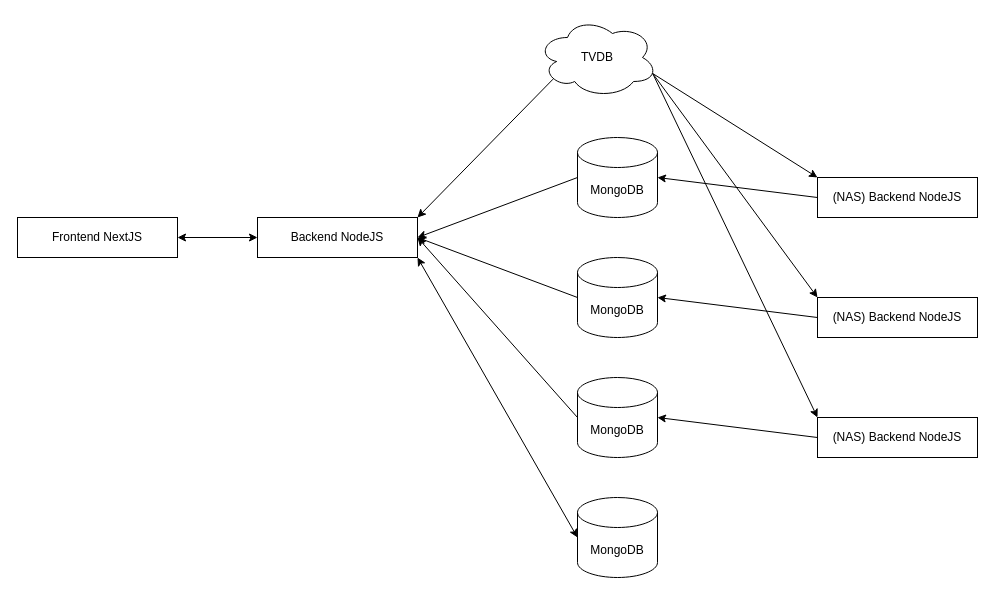
Before: server-architecture.drawio in FelixRizzolli/plex-party-charts, a draw.io diagram. Source tidied: cells renumbered, new cells numbered last; positions are measured from the earlier drawing's top-left corner, leaving out a move shared by most shapes. Both pictures are drawn from the tidied source at 100%, with x=0, y=0 at pixel (17, 17).
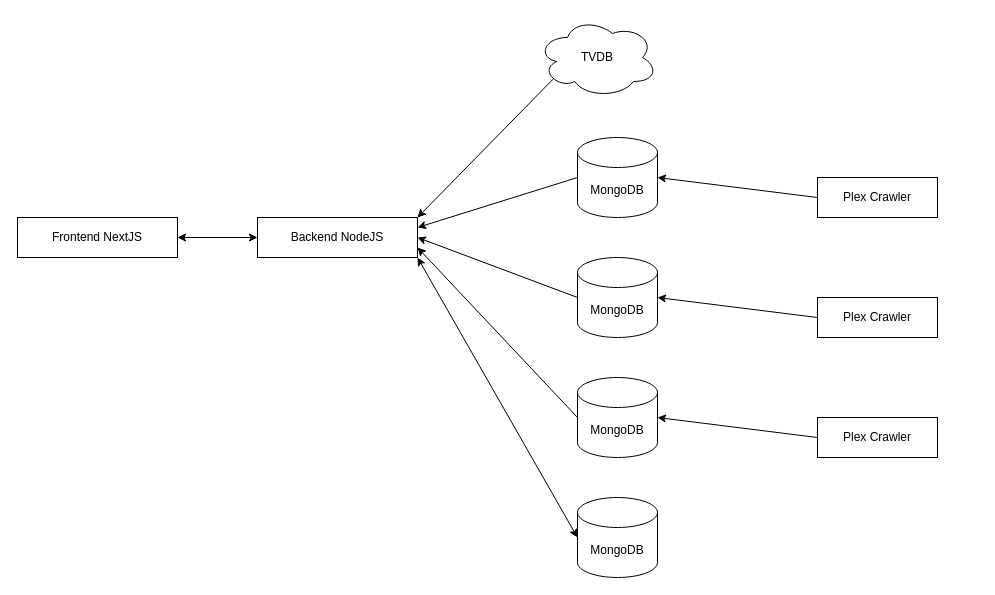
The same page after the edit.

The change refers to these unchanged cells:
```xml
<mxCell id="2" value="Frontend NextJS" style="rounded=0;whiteSpace=wrap;html=1;" parent="1" vertex="1">
  <mxGeometry y="200" width="160" height="40" as="geometry" />
</mxCell>
<mxCell id="3" value="Backend NodeJS" style="rounded=0;whiteSpace=wrap;html=1;" parent="1" vertex="1">
  <mxGeometry x="240" y="200" width="160" height="40" as="geometry" />
</mxCell>
<mxCell id="4" value="TVDB" style="ellipse;shape=cloud;whiteSpace=wrap;html=1;" parent="1" vertex="1">
  <mxGeometry x="520" width="120" height="80" as="geometry" />
</mxCell>
<mxCell id="6" value="MongoDB" style="shape=cylinder3;whiteSpace=wrap;html=1;boundedLbl=1;backgroundOutline=1;size=15;" parent="1" vertex="1">
  <mxGeometry x="560" y="120" width="80" height="80" as="geometry" />
</mxCell>
<mxCell id="8" value="MongoDB" style="shape=cylinder3;whiteSpace=wrap;html=1;boundedLbl=1;backgroundOutline=1;size=15;" parent="1" vertex="1">
  <mxGeometry x="560" y="240" width="80" height="80" as="geometry" />
</mxCell>
<mxCell id="10" value="MongoDB" style="shape=cylinder3;whiteSpace=wrap;html=1;boundedLbl=1;backgroundOutline=1;size=15;" parent="1" vertex="1">
  <mxGeometry x="560" y="360" width="80" height="80" as="geometry" />
</mxCell>
```

Change to the diagram source:
```diff
@@
-    <mxCell id="7" value="(NAS) Backend NodeJS" style="rounded=0;whiteSpace=wrap;html=1;" parent="1" vertex="1">
-      <mxGeometry x="800" y="160" width="160" height="40" as="geometry" />
+    <mxCell id="7" value="Plex Crawler" style="rounded=0;whiteSpace=wrap;html=1;" parent="1" vertex="1">
+      <mxGeometry x="800" y="160" width="120" height="40" as="geometry" />
     </mxCell>
@@
-    <mxCell id="9" value="(NAS) Backend NodeJS" style="rounded=0;whiteSpace=wrap;html=1;" parent="1" vertex="1">
-      <mxGeometry x="800" y="280" width="160" height="40" as="geometry" />
+    <mxCell id="9" value="Plex Crawler" style="rounded=0;whiteSpace=wrap;html=1;" parent="1" vertex="1">
+      <mxGeometry x="800" y="280" width="120" height="40" as="geometry" />
     </mxCell>
@@
-    <mxCell id="11" value="(NAS) Backend NodeJS" style="rounded=0;whiteSpace=wrap;html=1;" parent="1" vertex="1">
-      <mxGeometry x="800" y="400" width="160" height="40" as="geometry" />
+    <mxCell id="11" value="Plex Crawler" style="rounded=0;whiteSpace=wrap;html=1;" parent="1" vertex="1">
+      <mxGeometry x="800" y="400" width="120" height="40" as="geometry" />
     </mxCell>
@@
+    <mxCell id="20" style="endArrow=classic;startArrow=classic;html=1;rounded=0;exitX=1;exitY=0.5;exitDx=0;exitDy=0;entryX=0;entryY=0.5;entryDx=0;entryDy=0;" parent="1" edge="1" source="2" target="3">
+      <mxGeometry relative="1" as="geometry" />
+    </mxCell>
+    <mxCell id="19" style="endArrow=classic;html=1;rounded=0;exitX=0;exitY=0.5;exitDx=0;exitDy=0;exitPerimeter=0;entryX=1;entryY=0.25;entryDx=0;entryDy=0;" parent="1" edge="1" source="6" target="3">
+      <mxGeometry relative="1" as="geometry" />
+    </mxCell>
+    <mxCell id="18" style="endArrow=classic;html=1;rounded=0;entryX=1;entryY=0.5;entryDx=0;entryDy=0;exitX=0;exitY=0.5;exitDx=0;exitDy=0;exitPerimeter=0;" parent="1" edge="1" source="8" target="3">
+      <mxGeometry relative="1" as="geometry" />
+    </mxCell>
-    <mxCell id="17" style="endArrow=classic;html=1;rounded=0;exitX=0;exitY=0.5;exitDx=0;exitDy=0;exitPerimeter=0;entryX=1;entryY=0.5;entryDx=0;entryDy=0;" parent="1" edge="1" source="10" target="3">
+    <mxCell id="17" style="endArrow=classic;html=1;rounded=0;entryX=1;entryY=0.75;entryDx=0;entryDy=0;exitX=0;exitY=0.5;exitDx=0;exitDy=0;exitPerimeter=0;" parent="1" edge="1" source="10" target="3">
       <mxGeometry relative="1" as="geometry" />
     </mxCell>
-    <mxCell id="18" style="endArrow=classic;html=1;rounded=0;exitX=0;exitY=0.5;exitDx=0;exitDy=0;exitPerimeter=0;entryX=1;entryY=0.5;entryDx=0;entryDy=0;" parent="1" edge="1" source="8" target="3">
-      <mxGeometry relative="1" as="geometry" />
-    </mxCell>
-    <mxCell id="19" style="endArrow=classic;html=1;rounded=0;exitX=0;exitY=0.5;exitDx=0;exitDy=0;exitPerimeter=0;entryX=1;entryY=0.5;entryDx=0;entryDy=0;" parent="1" edge="1" source="6" target="3">
-      <mxGeometry relative="1" as="geometry" />
-    </mxCell>
-    <mxCell id="20" style="endArrow=classic;startArrow=classic;html=1;rounded=0;exitX=1;exitY=0.5;exitDx=0;exitDy=0;entryX=0;entryY=0.5;entryDx=0;entryDy=0;" parent="1" edge="1" source="2" target="3">
-      <mxGeometry relative="1" as="geometry" />
-    </mxCell>
-    <mxCell id="21" style="endArrow=classic;html=1;rounded=0;exitX=0.96;exitY=0.7;exitDx=0;exitDy=0;exitPerimeter=0;entryX=0;entryY=0;entryDx=0;entryDy=0;" parent="1" edge="1" source="4" target="11">
-      <mxGeometry relative="1" as="geometry" />
-    </mxCell>
-    <mxCell id="22" style="endArrow=classic;html=1;rounded=0;exitX=0.96;exitY=0.7;exitDx=0;exitDy=0;exitPerimeter=0;entryX=0;entryY=0;entryDx=0;entryDy=0;" parent="1" edge="1" source="4" target="7">
-      <mxGeometry relative="1" as="geometry" />
-    </mxCell>
-    <mxCell id="23" style="endArrow=classic;html=1;rounded=0;exitX=0.96;exitY=0.7;exitDx=0;exitDy=0;exitPerimeter=0;entryX=0;entryY=0;entryDx=0;entryDy=0;" parent="1" edge="1" source="4" target="9">
-      <mxGeometry relative="1" as="geometry" />
-    </mxCell>
```
